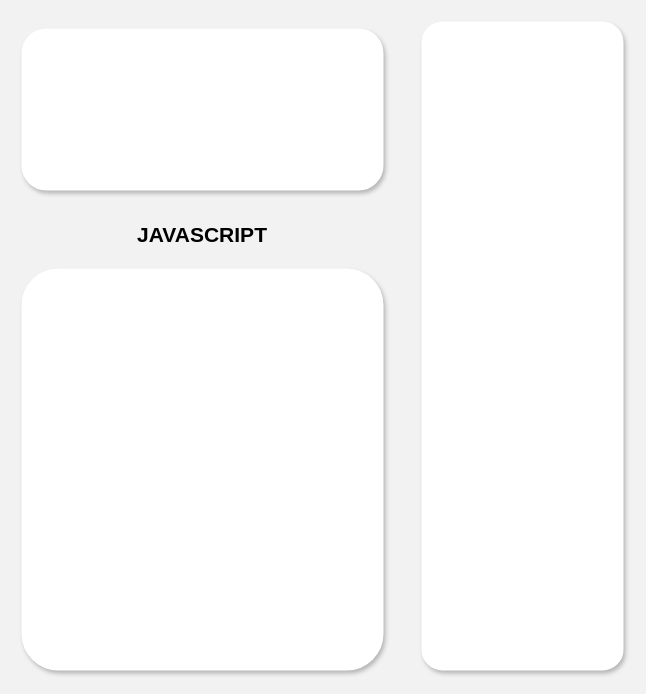
This is Node.js架构.drawio from Yaozongbin0828/UMLetDraw, a draw.io file, before an edit. Source tidied: cells renumbered, new cells numbered last; positions are measured from the earlier drawing's top-left corner, leaving out a move shared by most shapes. Both pictures are drawn from the tidied source at 100%, with x=0, y=0 at pixel (22, 22).
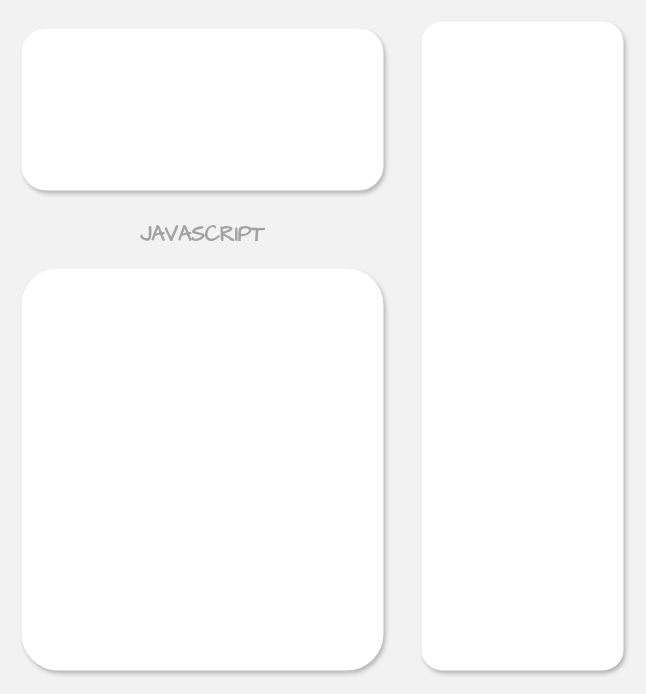
The same page after the edit.

The edit, as a diff of the source:
```diff
@@
 <mxGraphModel background="#F2F2F2">
   <root>
     <mxCell id="0" />
     <mxCell id="1" parent="0" />
     <mxCell id="2" style="rounded=1;whiteSpace=wrap;html=1;shadow=1;strokeWidth=2;strokeColor=#FFFFFF;" parent="1" vertex="1">
       <mxGeometry y="7" width="360" height="160" as="geometry" />
     </mxCell>
     <mxCell id="3" style="rounded=1;whiteSpace=wrap;html=1;shadow=1;strokeWidth=2;strokeColor=#FFFFFF;arcSize=10;" parent="1" vertex="1">
       <mxGeometry y="247" width="360" height="400" as="geometry" />
     </mxCell>
     <mxCell id="4" style="rounded=1;whiteSpace=wrap;html=1;shadow=1;strokeWidth=2;strokeColor=#FFFFFF;arcSize=10;" parent="1" vertex="1">
       <mxGeometry x="400" width="200" height="647" as="geometry" />
     </mxCell>
-    <mxCell id="5" value="&lt;b&gt;&lt;font style=&quot;font-size: 21px;&quot;&gt;JAVASCRIPT&lt;/font&gt;&lt;/b&gt;" style="text;html=1;align=center;verticalAlign=middle;whiteSpace=wrap;rounded=0;" parent="1" vertex="1">
+    <mxCell id="5" value="&lt;b&gt;&lt;font color=&quot;#a3a3a3&quot; face=&quot;Comic Sans MS&quot; style=&quot;font-size: 21px;&quot;&gt;JAVASCRIPT&lt;/font&gt;&lt;/b&gt;" style="text;html=1;align=center;verticalAlign=middle;whiteSpace=wrap;rounded=0;" parent="1" vertex="1">
       <mxGeometry x="150" y="197" width="60" height="30" as="geometry" />
     </mxCell>
   </root>
 </mxGraphModel>
```
